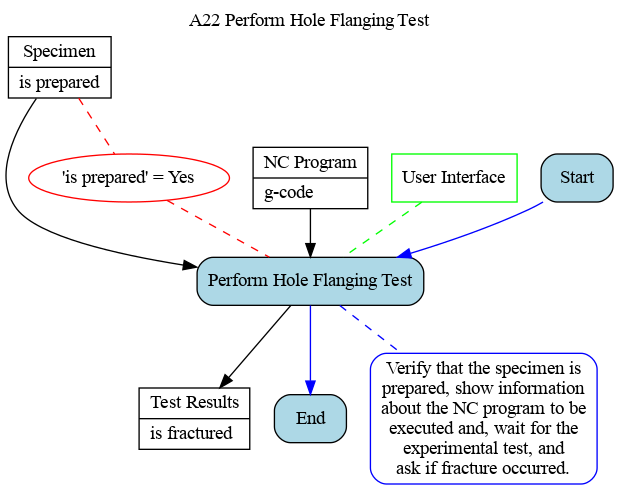
Earlier version of the Graphviz export Ontology_Layer/Behaviour_Model/05_A22.gv.png (ModelsforManufacturing/hole-flanging-by-SPIF-in-a-single-stage). Its source is kept beside it as Ontology_Layer/Behaviour_Model/05_A22.gv.
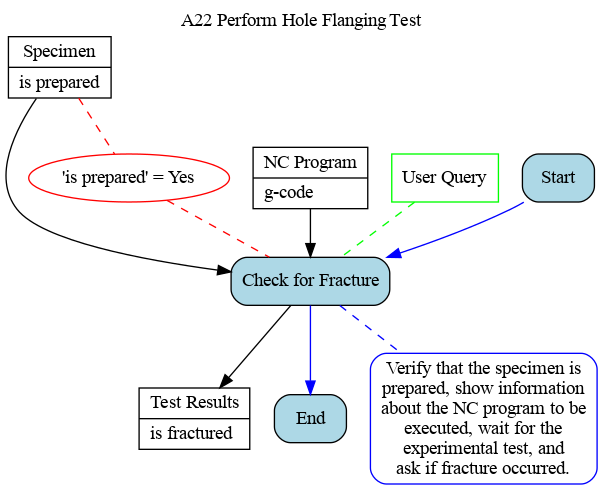
Later version of the same file.

The edit, as a diff of the source:
```diff
@@ -9,15 +9,15 @@
 test [label="{Test Results|is fractured\l}"];
 
 node [shape=box, style=filled, fillcolor=white, color=green]
-m1 [label="User Interface"]
+m1 [label="User Query"]
 
 node [shape=box, style="filled, rounded", fillcolor=lightblue, color=black]
 Start
-t1 [label="Perform Hole Flanging Test"]
+t1 [label="Check for Fracture"]
 End
 
 node [shape=box, style="filled, rounded", fillcolor=white, color=blue]
-r1 [label="Verify that the specimen is\nprepared, show information\nabout the NC program to be\nexecuted and, wait for the\nexperimental test, and\nask if fracture occurred."]
+r1 [label="Verify that the specimen is\nprepared, show information\nabout the NC program to be\nexecuted, wait for the\nexperimental test, and\nask if fracture occurred."]
 
 edge [dir=none, color=blue, style=dashed]
 t1 -> r1
```
